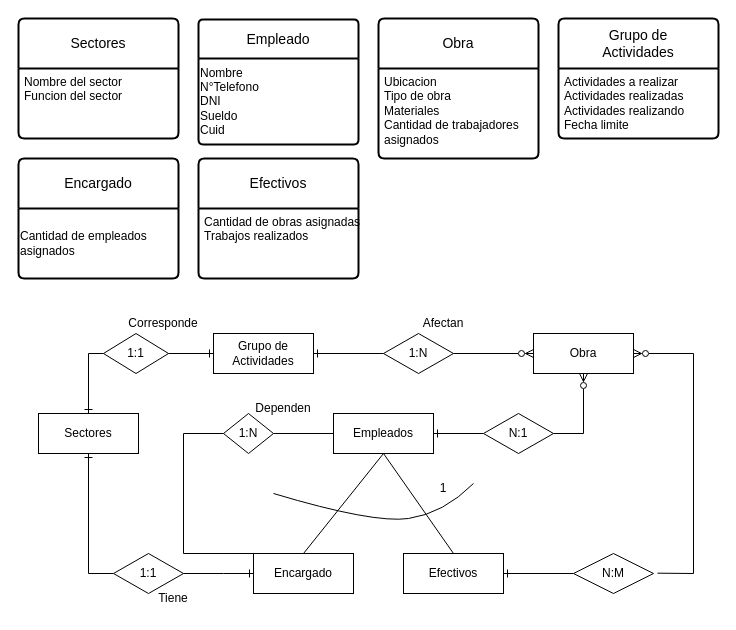
The draw.io diagram Diagrama 2 TP3.drawio in Lilo038/Draw.IO, before the edit. Source tidied: cells renumbered, new cells numbered last; positions are measured from the earlier drawing's top-left corner, leaving out a move shared by most shapes. Both pictures are drawn from the tidied source at 100%, with x=0, y=0 at pixel (18, 18).
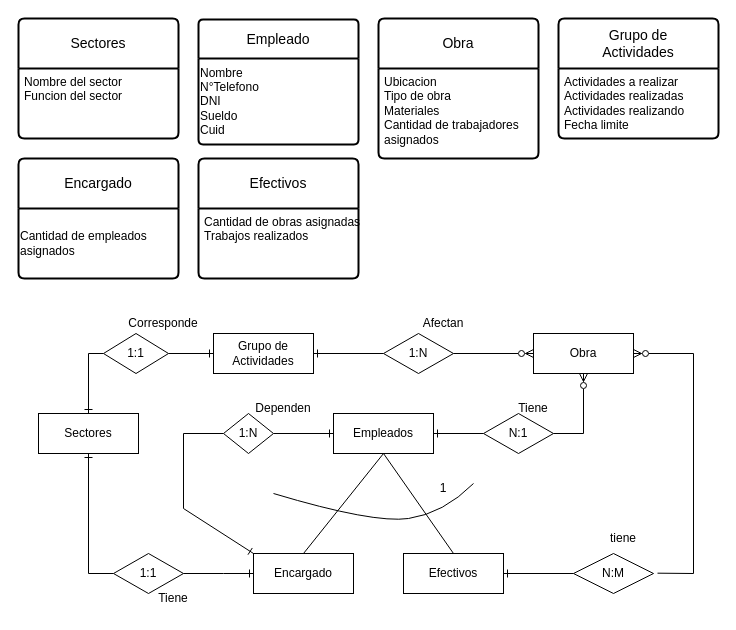
The same diagram, later.

Unchanged cells that the change refers to:
```xml
<mxCell id="15" value="Encargado" style="whiteSpace=wrap;html=1;align=center;" parent="1" vertex="1">
  <mxGeometry x="235" y="535" width="100" height="40" as="geometry" />
</mxCell>
<mxCell id="17" value="Empleados" style="whiteSpace=wrap;html=1;align=center;" parent="1" vertex="1">
  <mxGeometry x="315" y="395" width="100" height="40" as="geometry" />
</mxCell>
<mxCell id="31" value="1:N" style="shape=rhombus;perimeter=rhombusPerimeter;whiteSpace=wrap;html=1;align=center;" parent="1" vertex="1">
  <mxGeometry x="205" y="395" width="50" height="40" as="geometry" />
</mxCell>
```

Diff of the diagram source:
```diff
@@
-    <mxCell id="23" style="endArrow=none;html=1;rounded=0;exitX=0;exitY=0.5;exitDx=0;exitDy=0;entryX=0;entryY=0;entryDx=0;entryDy=0;" parent="1" edge="1" source="31" target="15">
+    <mxCell id="23" style="endArrow=ERone;html=1;rounded=0;exitX=0;exitY=0.5;exitDx=0;exitDy=0;entryX=0;entryY=0;entryDx=0;entryDy=0;endFill=0;" parent="1" edge="1" source="31" target="15">
       <mxGeometry relative="1" as="geometry">
         <Array as="points">
           <mxPoint x="165" y="415" />
-          <mxPoint x="165" y="535" />
+          <mxPoint x="165" y="490" />
         </Array>
       </mxGeometry>
     </mxCell>
@@
-    <mxCell id="30" style="endArrow=none;html=1;rounded=0;exitX=0;exitY=0.5;exitDx=0;exitDy=0;entryX=1;entryY=0.5;entryDx=0;entryDy=0;" parent="1" edge="1" source="17" target="31">
+    <mxCell id="30" style="endArrow=none;html=1;rounded=0;exitX=0;exitY=0.5;exitDx=0;exitDy=0;entryX=1;entryY=0.5;entryDx=0;entryDy=0;startArrow=ERone;startFill=0;" parent="1" edge="1" source="17" target="31">
       <mxGeometry relative="1" as="geometry" />
     </mxCell>
@@
+    <mxCell id="46" value="Tiene" style="text;html=1;align=center;verticalAlign=middle;whiteSpace=wrap;rounded=0;" parent="1" vertex="1">
+      <mxGeometry x="485" y="375" width="60" height="30" as="geometry" />
+    </mxCell>
+    <mxCell id="47" value="tiene" style="text;html=1;align=center;verticalAlign=middle;whiteSpace=wrap;rounded=0;" parent="1" vertex="1">
+      <mxGeometry x="575" y="505" width="60" height="30" as="geometry" />
+    </mxCell>
```
